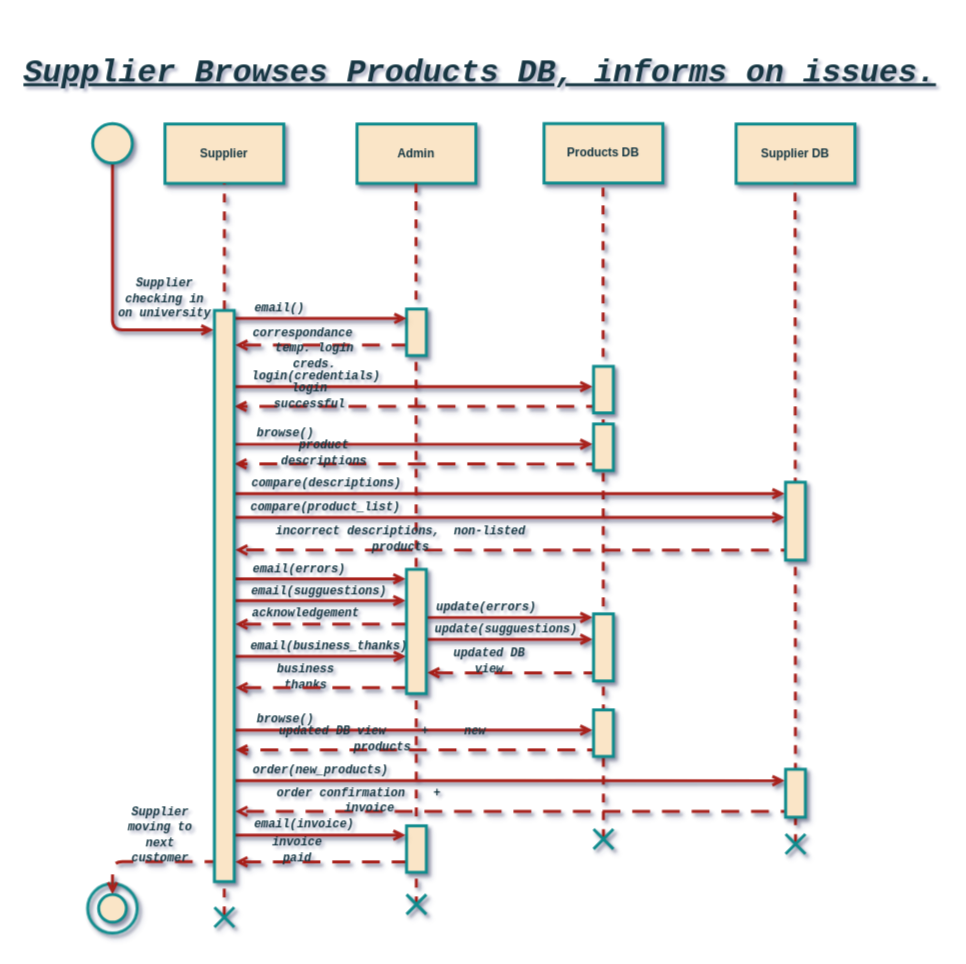
Earlier version of the draw.io diagram page "Products_Sequence_Diagram" (5 of 18) of CSC382-Software_Engineering/Final/Final.drawio (casonk/university-coursework). Source tidied: cells renumbered, new cells numbered last; positions are measured from the earlier drawing's top-left corner, leaving out a move shared by most shapes. Both pictures are drawn from the tidied source at 99%, with x=0, y=0 at pixel (-61, 21).
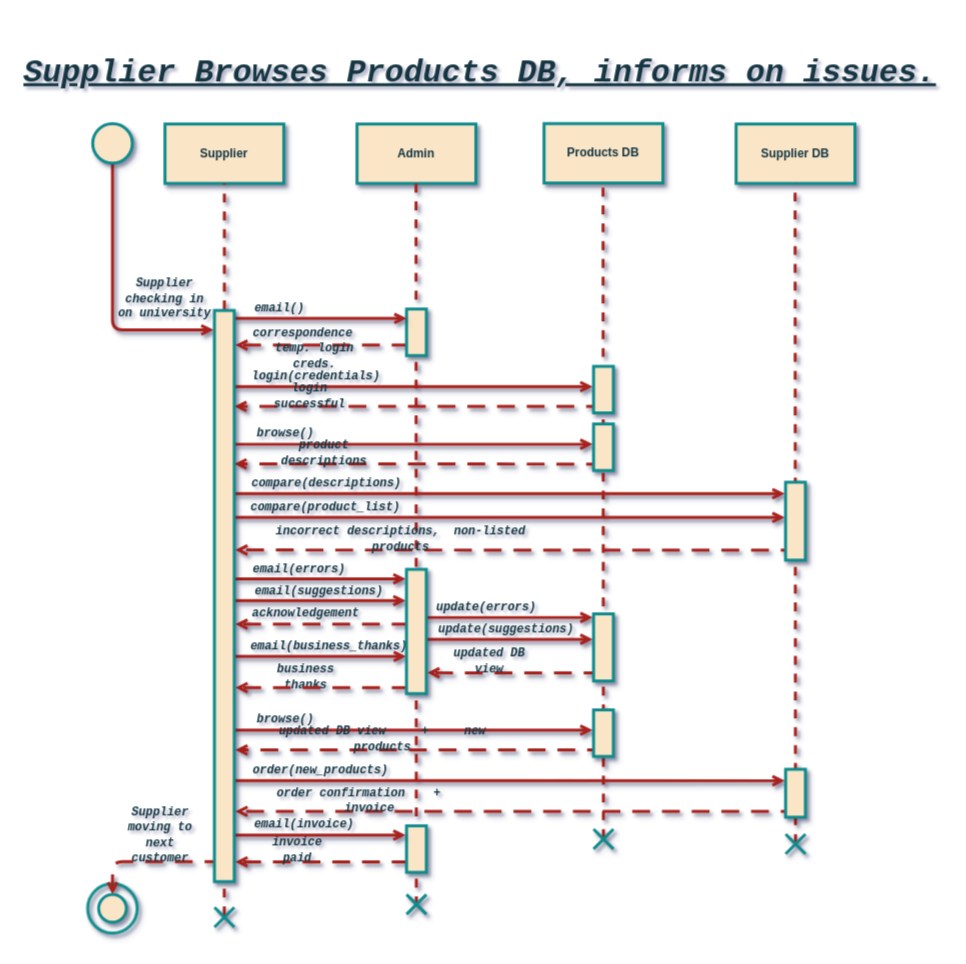
The same diagram, later.

Diff of the diagram source:
```diff
@@
-    <mxCell id="17" value="&lt;table class=&quot;MsoTableGrid&quot; border=&quot;0&quot; cellspacing=&quot;0&quot; cellpadding=&quot;0&quot; style=&quot;border-collapse: collapse ; border: none&quot;&gt; &lt;tbody&gt;&lt;tr style=&quot;height: 7.15pt&quot;&gt;  &lt;td width=&quot;486&quot; valign=&quot;top&quot; style=&quot;width: 364.8pt ; padding: 0in 5.4pt 0in 5.4pt ; height: 7.15pt&quot;&gt;&lt;p class=&quot;Default&quot;&gt;&lt;font face=&quot;consolas&quot;&gt;&lt;i&gt;correspondance&lt;/i&gt;&lt;/font&gt;&lt;/p&gt;  &lt;/td&gt; &lt;/tr&gt;&lt;/tbody&gt;&lt;/table&gt;" style="text;html=1;strokeColor=none;fillColor=none;align=center;verticalAlign=middle;whiteSpace=wrap;rounded=0;sketch=0;fontColor=#143642;shadow=1;fontStyle=1;strokeWidth=3;" parent="1" vertex="1">
+    <mxCell id="17" value="&lt;table class=&quot;MsoTableGrid&quot; border=&quot;0&quot; cellspacing=&quot;0&quot; cellpadding=&quot;0&quot; style=&quot;border-collapse: collapse ; border: none&quot;&gt; &lt;tbody&gt;&lt;tr style=&quot;height: 7.15pt&quot;&gt;  &lt;td width=&quot;486&quot; valign=&quot;top&quot; style=&quot;width: 364.8pt ; padding: 0in 5.4pt 0in 5.4pt ; height: 7.15pt&quot;&gt;&lt;p class=&quot;Default&quot;&gt;&lt;font face=&quot;consolas&quot;&gt;&lt;i&gt;correspondence&lt;/i&gt;&lt;/font&gt;&lt;/p&gt;  &lt;/td&gt; &lt;/tr&gt;&lt;/tbody&gt;&lt;/table&gt;" style="text;html=1;strokeColor=none;fillColor=none;align=center;verticalAlign=middle;whiteSpace=wrap;rounded=0;sketch=0;fontColor=#143642;shadow=1;fontStyle=1;strokeWidth=3;" parent="1" vertex="1">
       <mxGeometry x="311" y="305.1" width="113" height="20" as="geometry" />
     </mxCell>
@@
-    <mxCell id="44" value="&lt;table class=&quot;MsoTableGrid&quot; border=&quot;0&quot; cellspacing=&quot;0&quot; cellpadding=&quot;0&quot; style=&quot;border-collapse: collapse ; border: none&quot;&gt; &lt;tbody&gt;&lt;tr style=&quot;height: 7.15pt&quot;&gt;  &lt;td width=&quot;486&quot; valign=&quot;top&quot; style=&quot;width: 364.8pt ; padding: 0in 5.4pt 0in 5.4pt ; height: 7.15pt&quot;&gt;&lt;p class=&quot;Default&quot;&gt;&lt;font face=&quot;consolas&quot;&gt;&lt;i&gt;email(sugguestions&lt;/i&gt;&lt;/font&gt;&lt;i style=&quot;font-family: &amp;#34;consolas&amp;#34;&quot;&gt;)&lt;/i&gt;&lt;/p&gt;  &lt;/td&gt; &lt;/tr&gt;&lt;/tbody&gt;&lt;/table&gt;" style="text;html=1;strokeColor=none;fillColor=none;align=center;verticalAlign=middle;whiteSpace=wrap;rounded=0;sketch=0;fontColor=#143642;shadow=1;fontStyle=1;strokeWidth=3;" parent="1" vertex="1">
+    <mxCell id="44" value="&lt;table class=&quot;MsoTableGrid&quot; border=&quot;0&quot; cellspacing=&quot;0&quot; cellpadding=&quot;0&quot; style=&quot;border-collapse: collapse ; border: none&quot;&gt; &lt;tbody&gt;&lt;tr style=&quot;height: 7.15pt&quot;&gt;  &lt;td width=&quot;486&quot; valign=&quot;top&quot; style=&quot;width: 364.8pt ; padding: 0in 5.4pt 0in 5.4pt ; height: 7.15pt&quot;&gt;&lt;p class=&quot;Default&quot;&gt;&lt;font face=&quot;consolas&quot;&gt;&lt;i&gt;email(suggestions&lt;/i&gt;&lt;/font&gt;&lt;i style=&quot;font-family: &amp;#34;consolas&amp;#34;&quot;&gt;)&lt;/i&gt;&lt;/p&gt;  &lt;/td&gt; &lt;/tr&gt;&lt;/tbody&gt;&lt;/table&gt;" style="text;html=1;strokeColor=none;fillColor=none;align=center;verticalAlign=middle;whiteSpace=wrap;rounded=0;sketch=0;fontColor=#143642;shadow=1;fontStyle=1;strokeWidth=3;" parent="1" vertex="1">
       <mxGeometry x="310" y="564" width="148" height="22" as="geometry" />
     </mxCell>
@@
-    <mxCell id="48" value="&lt;table class=&quot;MsoTableGrid&quot; border=&quot;0&quot; cellspacing=&quot;0&quot; cellpadding=&quot;0&quot; style=&quot;border-collapse: collapse ; border: none&quot;&gt; &lt;tbody&gt;&lt;tr style=&quot;height: 7.15pt&quot;&gt;  &lt;td width=&quot;486&quot; valign=&quot;top&quot; style=&quot;width: 364.8pt ; padding: 0in 5.4pt 0in 5.4pt ; height: 7.15pt&quot;&gt;&lt;p class=&quot;Default&quot;&gt;&lt;font face=&quot;consolas&quot;&gt;&lt;i&gt;update(sugguestions&lt;/i&gt;&lt;/font&gt;&lt;i style=&quot;font-family: &amp;#34;consolas&amp;#34;&quot;&gt;)&lt;/i&gt;&lt;/p&gt;  &lt;/td&gt; &lt;/tr&gt;&lt;/tbody&gt;&lt;/table&gt;" style="text;html=1;strokeColor=none;fillColor=none;align=center;verticalAlign=middle;whiteSpace=wrap;rounded=0;sketch=0;fontColor=#143642;shadow=1;fontStyle=1;strokeWidth=3;" parent="1" vertex="1">
+    <mxCell id="48" value="&lt;table class=&quot;MsoTableGrid&quot; border=&quot;0&quot; cellspacing=&quot;0&quot; cellpadding=&quot;0&quot; style=&quot;border-collapse: collapse ; border: none&quot;&gt; &lt;tbody&gt;&lt;tr style=&quot;height: 7.15pt&quot;&gt;  &lt;td width=&quot;486&quot; valign=&quot;top&quot; style=&quot;width: 364.8pt ; padding: 0in 5.4pt 0in 5.4pt ; height: 7.15pt&quot;&gt;&lt;p class=&quot;Default&quot;&gt;&lt;font face=&quot;consolas&quot;&gt;&lt;i&gt;update(suggestions&lt;/i&gt;&lt;/font&gt;&lt;i style=&quot;font-family: &amp;#34;consolas&amp;#34;&quot;&gt;)&lt;/i&gt;&lt;/p&gt;  &lt;/td&gt; &lt;/tr&gt;&lt;/tbody&gt;&lt;/table&gt;" style="text;html=1;strokeColor=none;fillColor=none;align=center;verticalAlign=middle;whiteSpace=wrap;rounded=0;sketch=0;fontColor=#143642;shadow=1;fontStyle=1;strokeWidth=3;" parent="1" vertex="1">
       <mxGeometry x="498.9" y="603.1" width="148" height="22" as="geometry" />
     </mxCell>
```
